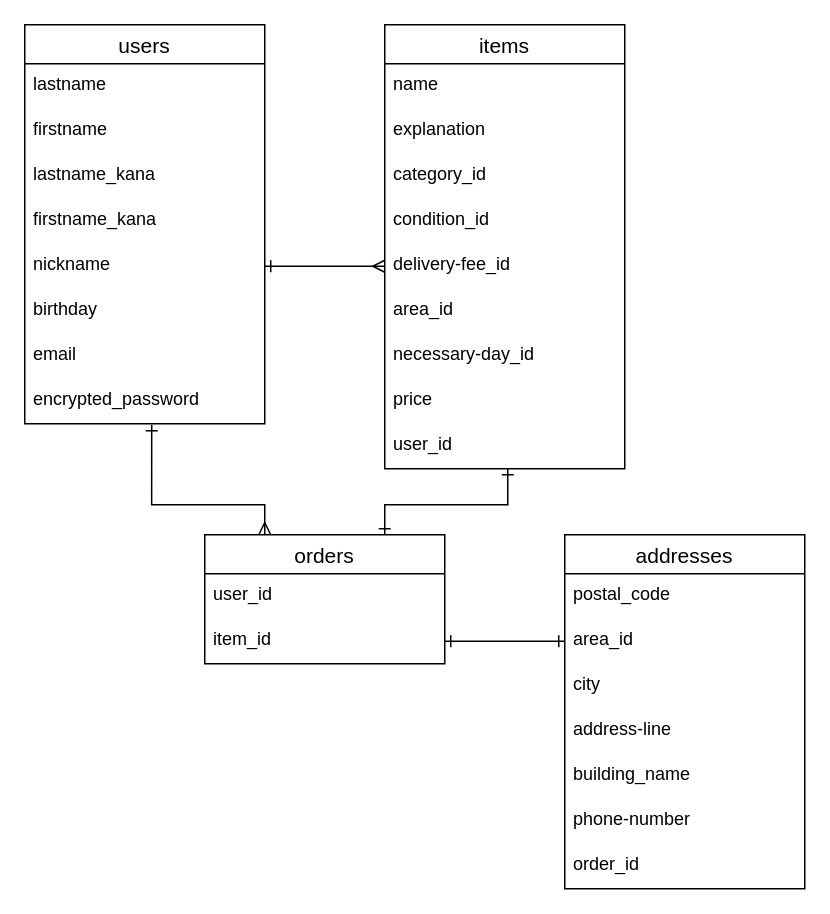
The draw.io diagram ER.dio in masaki511/furima-31545, before the edit. Source tidied: cells renumbered, new cells numbered last; positions are measured from the earlier drawing's top-left corner, leaving out a move shared by most shapes. Both pictures are drawn from the tidied source at 150%, with x=0, y=0 at pixel (24, 24).
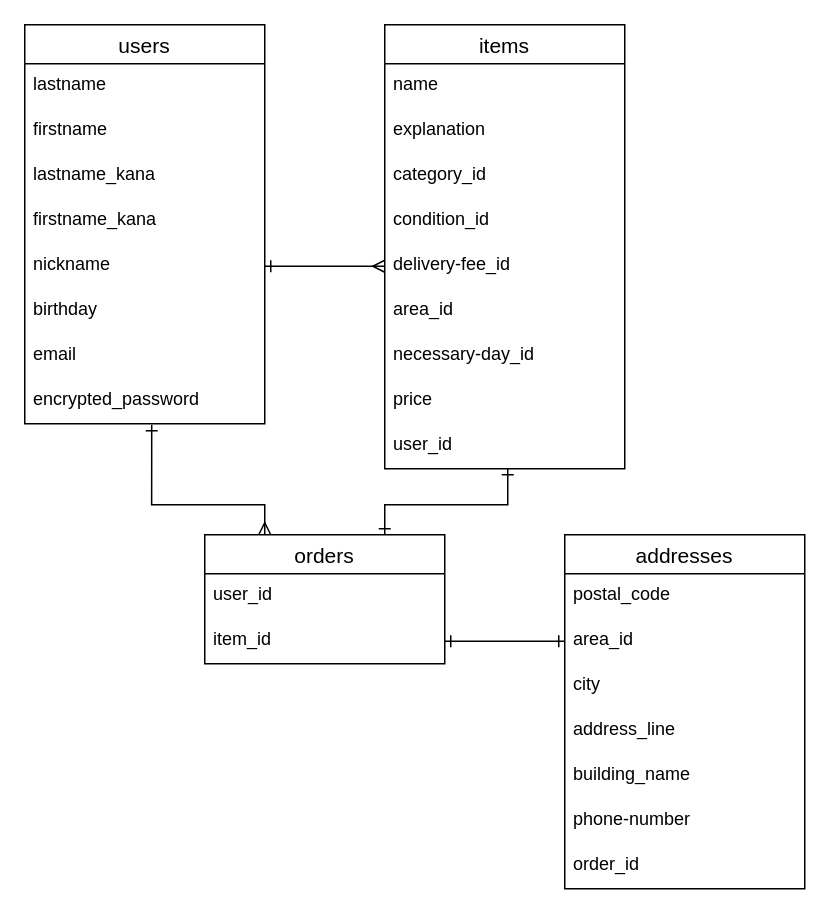
The same diagram, later.

Commit message (it also covers changes not shown here):
データベース設計の修正_番地のカラム名

The change refers to these unchanged cells:
```xml
<mxCell id="26" value="addresses" style="swimlane;fontStyle=0;horizontal=1;startSize=26;align=center;fontSize=14;" parent="1" vertex="1">
  <mxGeometry x="360" y="340" width="160" height="236" as="geometry" />
</mxCell>
```

Change to the diagram source:
```diff
@@
-    <mxCell id="30" value="address-line" style="text;strokeColor=none;fillColor=none;spacingLeft=4;spacingRight=4;overflow=hidden;fontSize=12;" parent="26" vertex="1">
+    <mxCell id="30" value="address_line" style="text;strokeColor=none;fillColor=none;spacingLeft=4;spacingRight=4;overflow=hidden;fontSize=12;" parent="26" vertex="1">
       <mxGeometry y="116" width="160" height="30" as="geometry" />
     </mxCell>
```
